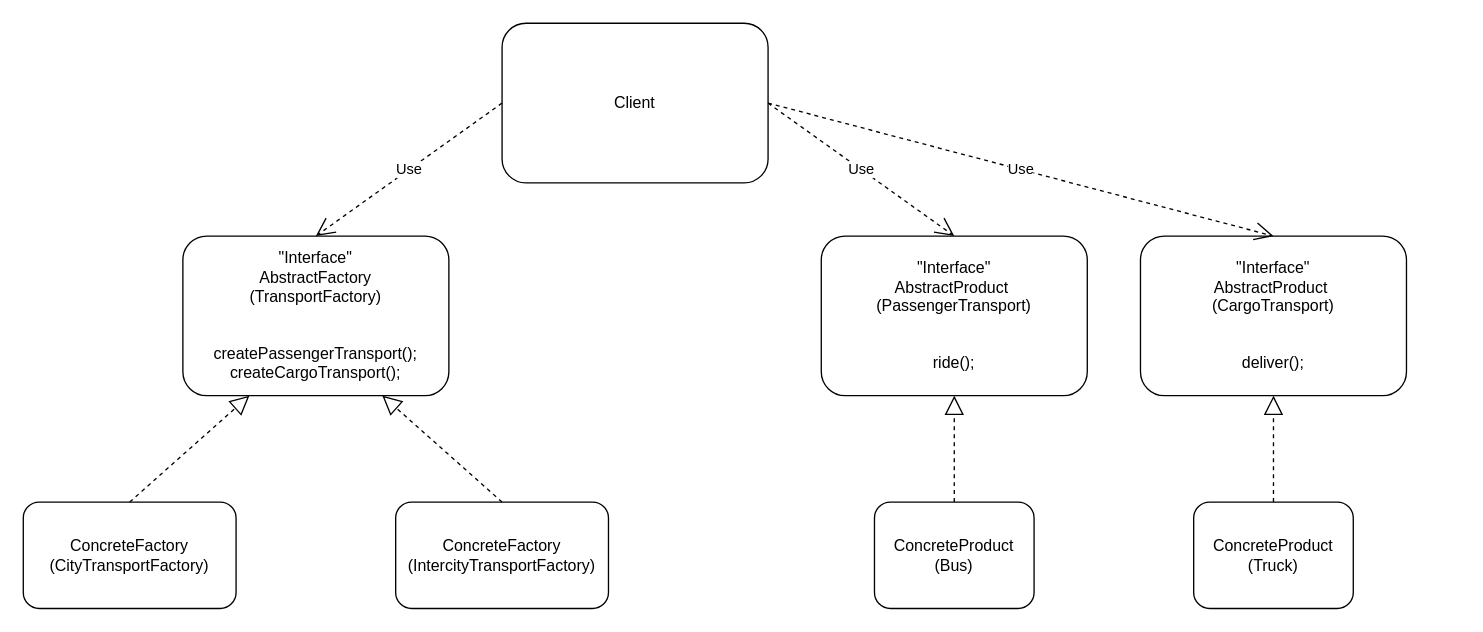
Before: docs/diagrams/creational/abstract_factory.drawio in AntonKhliebnikov/GoF-Patterns, a draw.io diagram. Source tidied: cells renumbered, new cells numbered last; positions are measured from the earlier drawing's top-left corner, leaving out a move shared by most shapes. Both pictures are drawn from the tidied source at 133%, with x=0, y=0 at pixel (23, 23).
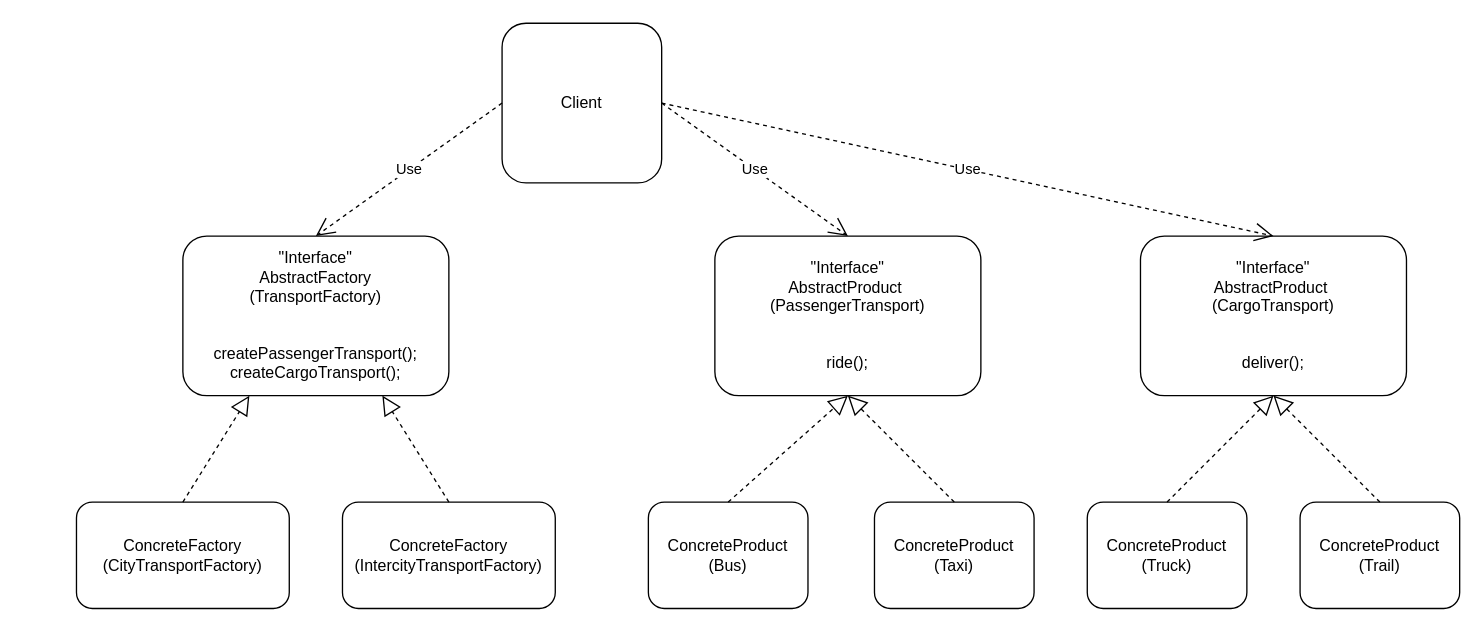
Above is the later version.

Commit message:
Fix diagram for Abstract_Factory method pattern

The change refers to these unchanged cells:
```xml
<mxCell id="13" value="&quot;Interface&quot;&lt;div&gt;AbstractProduct&amp;nbsp;&lt;/div&gt;&lt;div&gt;(CargoTransport)&lt;/div&gt;&lt;div&gt;&lt;br&gt;&lt;/div&gt;&lt;div&gt;&lt;br&gt;&lt;/div&gt;&lt;div&gt;deliver();&lt;/div&gt;" style="rounded=1;whiteSpace=wrap;html=1;" parent="1" vertex="1">
  <mxGeometry x="840" y="160" width="200" height="120" as="geometry" />
</mxCell>
```

The edit, as a diff of the source:
```diff
@@
     <mxCell id="2" value="&quot;Interface&quot;&lt;div&gt;AbstractProduct&amp;nbsp;&lt;/div&gt;&lt;div&gt;(PassengerTransport)&lt;/div&gt;&lt;div&gt;&lt;br&gt;&lt;/div&gt;&lt;div&gt;&lt;br&gt;&lt;/div&gt;&lt;div&gt;ride();&lt;/div&gt;" style="rounded=1;whiteSpace=wrap;html=1;" parent="1" vertex="1">
-      <mxGeometry x="600" y="160" width="200" height="120" as="geometry" />
+      <mxGeometry x="520" y="160" width="200" height="120" as="geometry" />
     </mxCell>
     <mxCell id="3" value="ConcreteProduct&lt;div&gt;(Bus)&lt;/div&gt;" style="rounded=1;whiteSpace=wrap;html=1;" parent="1" vertex="1">
-      <mxGeometry x="640" y="360" width="120" height="80" as="geometry" />
+      <mxGeometry x="470" y="360" width="120" height="80" as="geometry" />
     </mxCell>
@@
     <mxCell id="6" value="ConcreteFactory&lt;div&gt;(CityTransportFactory)&lt;/div&gt;" style="rounded=1;whiteSpace=wrap;html=1;" parent="1" vertex="1">
-      <mxGeometry y="360" width="160" height="80" as="geometry" />
+      <mxGeometry x="40" y="360" width="160" height="80" as="geometry" />
     </mxCell>
     <mxCell id="7" value="ConcreteFactory&lt;div&gt;(IntercityTransportFactory)&lt;/div&gt;" style="rounded=1;whiteSpace=wrap;html=1;" parent="1" vertex="1">
-      <mxGeometry x="280" y="360" width="160" height="80" as="geometry" />
+      <mxGeometry x="240" y="360" width="160" height="80" as="geometry" />
     </mxCell>
     <mxCell id="8" value="Client" style="rounded=1;whiteSpace=wrap;html=1;" parent="1" vertex="1">
-      <mxGeometry x="360" width="200" height="120" as="geometry" />
+      <mxGeometry x="360" width="120" height="120" as="geometry" />
     </mxCell>
@@
     <mxCell id="14" value="ConcreteProduct&lt;div&gt;(Truck)&lt;/div&gt;" style="rounded=1;whiteSpace=wrap;html=1;" parent="1" vertex="1">
-      <mxGeometry x="880" y="360" width="120" height="80" as="geometry" />
+      <mxGeometry x="800" y="360" width="120" height="80" as="geometry" />
     </mxCell>
@@
-    <mxCell id="16" value="Use" style="endArrow=open;endSize=12;dashed=1;html=1;rounded=0;entryX=0.5;entryY=0;entryDx=0;entryDy=0;" parent="1" edge="1" target="13">
-      <mxGeometry relative="1" as="geometry">
-        <mxPoint x="560" y="60" as="sourcePoint" />
-      </mxGeometry>
+    <mxCell id="16" value="Use" style="endArrow=open;endSize=12;dashed=1;html=1;rounded=0;entryX=0.5;entryY=0;entryDx=0;entryDy=0;exitX=1;exitY=0.5;exitDx=0;exitDy=0;" parent="1" edge="1" source="8" target="13">
+      <mxGeometry relative="1" as="geometry" />
     </mxCell>
+    <mxCell id="17" value="ConcreteProduct&lt;div&gt;(Taxi)&lt;/div&gt;" style="rounded=1;whiteSpace=wrap;html=1;" parent="1" vertex="1">
+      <mxGeometry x="640" y="360" width="120" height="80" as="geometry" />
+    </mxCell>
+    <mxCell id="18" value="ConcreteProduct&lt;div&gt;(Trail)&lt;/div&gt;" style="rounded=1;whiteSpace=wrap;html=1;" parent="1" vertex="1">
+      <mxGeometry x="960" y="360" width="120" height="80" as="geometry" />
+    </mxCell>
+    <mxCell id="19" style="endArrow=block;dashed=1;endFill=0;endSize=12;html=1;rounded=0;exitX=0.5;exitY=0;exitDx=0;exitDy=0;entryX=0.5;entryY=1;entryDx=0;entryDy=0;" parent="1" edge="1" source="17" target="2">
+      <mxGeometry relative="1" as="geometry" />
+    </mxCell>
+    <mxCell id="20" style="endArrow=block;dashed=1;endFill=0;endSize=12;html=1;rounded=0;exitX=0.5;exitY=0;exitDx=0;exitDy=0;entryX=0.5;entryY=1;entryDx=0;entryDy=0;" parent="1" edge="1" source="18" target="13">
+      <mxGeometry relative="1" as="geometry" />
+    </mxCell>
```
